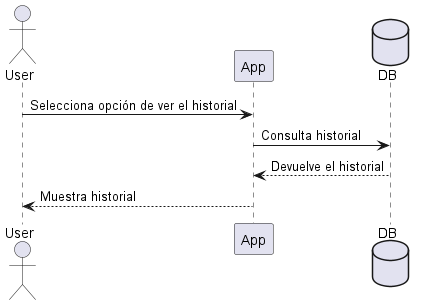
The PlantUML diagram images/Sequence diagram.png in Arquisoft/wiq_es6b, before a commit. Source of this version:
```plantuml
@startuml
actor User
participant App
database DB

User -> App: Selecciona opción de ver el historial
App -> DB: Consulta historial
App <-- DB: Devuelve el historial
User <-- App: Muestra historial
@enduml
```
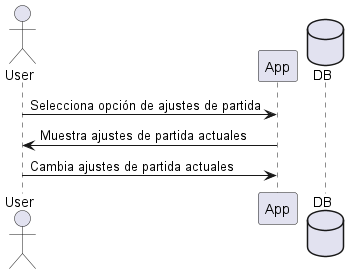
Above is the later version.

Change to the diagram source:
```diff
@@ -3,8 +3,7 @@
 participant App
 database DB
 
-User -> App: Selecciona opción de ver el historial
-App -> DB: Consulta historial
-App <-- DB: Devuelve el historial
-User <-- App: Muestra historial
+User -> App: Selecciona opción de ajustes de partida
+App -> User: Muestra ajustes de partida actuales
+User -> App: Cambia ajustes de partida actuales
 @enduml
```
